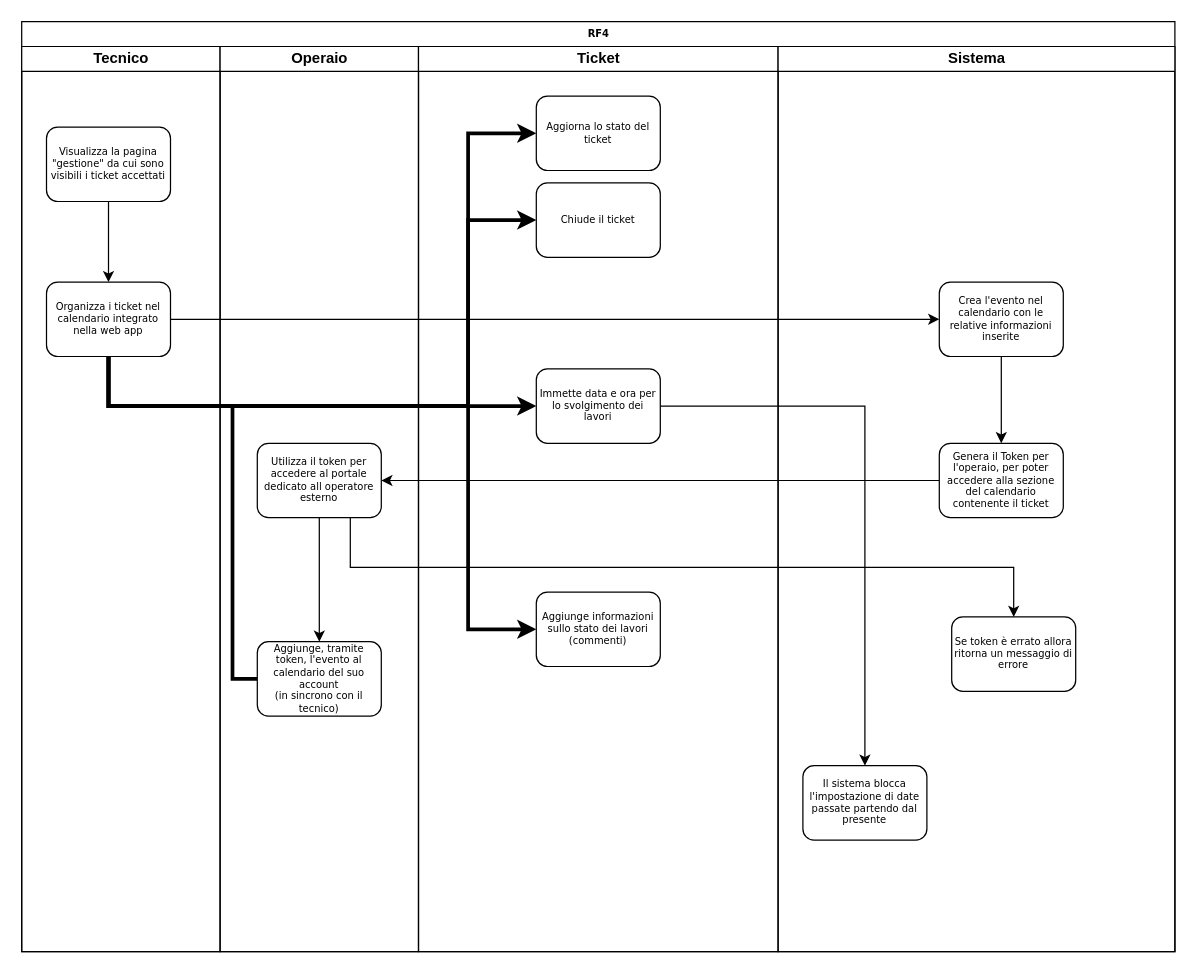
AleRoncato/Unitn-IS-TnFix keeps this draw.io diagram as Documentazione/RF4bar_diagram.drawio. Above is the earlier version. Source tidied: cells renumbered, new cells numbered last; positions are measured from the earlier drawing's top-left corner, leaving out a move shared by most shapes. Both pictures are drawn from the tidied source at 124%, with x=0, y=0 at pixel (21, 21).
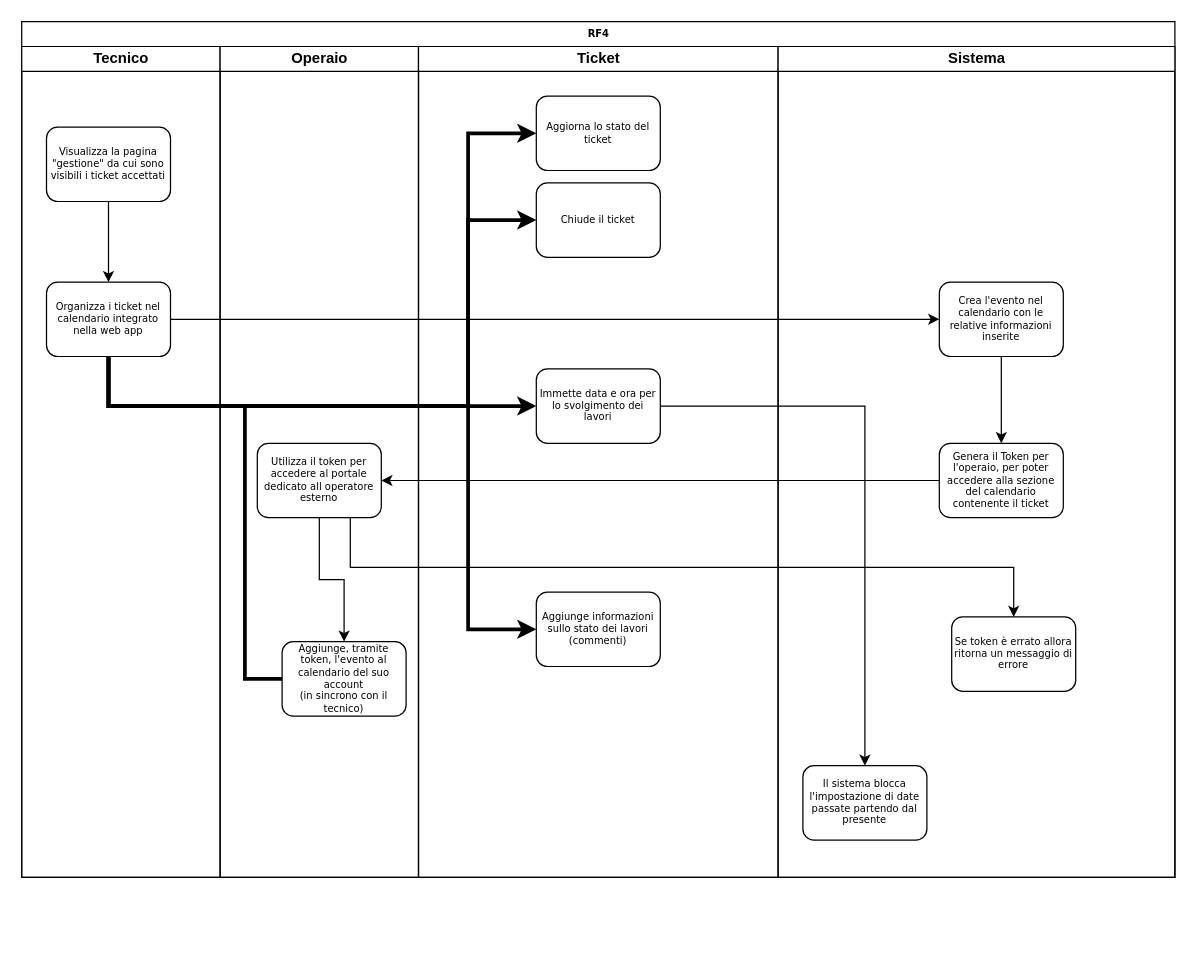
The same diagram, later.

Diff of the diagram source:
```diff
@@
     <mxCell id="2" value="RF4" style="swimlane;html=1;startSize=20;rounded=0;shadow=0;labelBackgroundColor=none;strokeWidth=1;fontFamily=Verdana;fontSize=8;align=center;" parent="1" vertex="1">
-      <mxGeometry width="930" height="750" as="geometry" />
+      <mxGeometry width="930" height="690" as="geometry" />
     </mxCell>
     <mxCell id="3" value="Tecnico" style="swimlane;html=1;startSize=20;" parent="2" vertex="1">
-      <mxGeometry y="20" width="160" height="730" as="geometry" />
+      <mxGeometry y="20" width="160" height="670" as="geometry" />
     </mxCell>
@@
-    <mxCell id="7" style="endArrow=none;html=1;rounded=0;entryX=0;entryY=0.5;entryDx=0;entryDy=0;strokeWidth=3;" parent="3" edge="1" target="11">
-      <mxGeometry relative="1" as="geometry">
-        <mxPoint x="170" y="290" as="sourcePoint" />
-        <Array as="points">
-          <mxPoint x="170" y="510" />
-        </Array>
-      </mxGeometry>
-    </mxCell>
     <mxCell id="8" value="Operaio" style="swimlane;html=1;startSize=20;" parent="2" vertex="1">
-      <mxGeometry x="160" y="20" width="160" height="730" as="geometry" />
+      <mxGeometry x="160" y="20" width="160" height="670" as="geometry" />
     </mxCell>
@@
     <mxCell id="11" value="&lt;div&gt;Aggiunge, tramite token, l'evento al calendario del suo account&lt;/div&gt;&lt;div&gt;(in sincrono con il tecnico)&lt;br&gt;&lt;/div&gt;" style="rounded=1;whiteSpace=wrap;html=1;shadow=0;labelBackgroundColor=none;strokeWidth=1;fontFamily=Verdana;fontSize=8;align=center;" parent="8" vertex="1">
-      <mxGeometry x="30" y="480" width="100" height="60" as="geometry" />
+      <mxGeometry x="50" y="480" width="100" height="60" as="geometry" />
     </mxCell>
+    <mxCell id="7" style="endArrow=none;html=1;rounded=0;entryX=0;entryY=0.5;entryDx=0;entryDy=0;strokeWidth=3;" parent="8" edge="1" target="11">
+      <mxGeometry relative="1" as="geometry">
+        <mxPoint x="20" y="290" as="sourcePoint" />
+        <Array as="points">
+          <mxPoint x="20" y="510" />
+        </Array>
+      </mxGeometry>
+    </mxCell>
@@
     <mxCell id="14" value="Ticket" style="swimlane;html=1;startSize=20;" parent="2" vertex="1">
-      <mxGeometry x="320" y="20" width="290" height="730" as="geometry" />
+      <mxGeometry x="320" y="20" width="290" height="670" as="geometry" />
     </mxCell>
@@
     <mxCell id="19" value="Sistema" style="swimlane;html=1;startSize=20;" parent="2" vertex="1">
-      <mxGeometry x="610" y="20" width="320" height="730" as="geometry" />
+      <mxGeometry x="610" y="20" width="320" height="670" as="geometry" />
     </mxCell>
```
